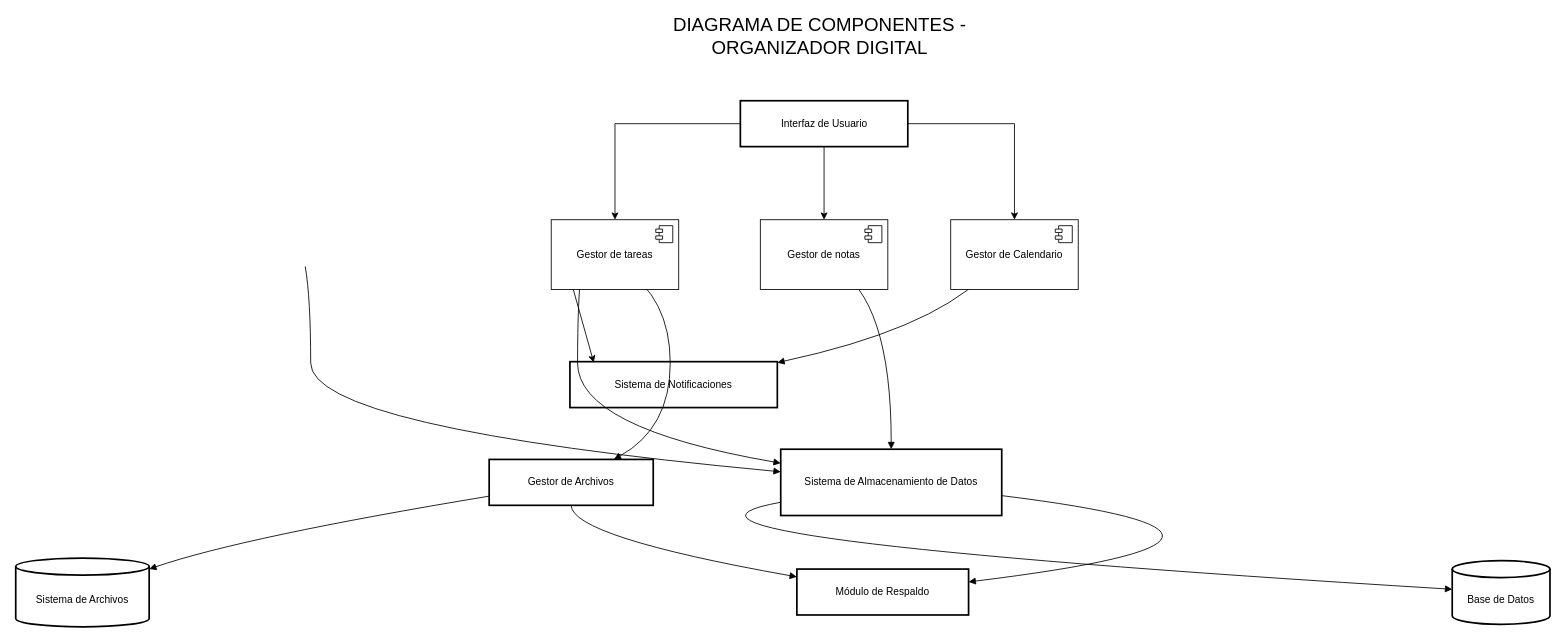
Above: Diagrama sin título.drawio in LuisAlfred1/AppLogin-PracticaHome (draw.io), before the change. Source tidied: cells renumbered, new cells numbered last; positions are measured from the earlier drawing's top-left corner, leaving out a move shared by most shapes. Both pictures are drawn from the tidied source at 85%, with x=0, y=0 at pixel (15, 24).
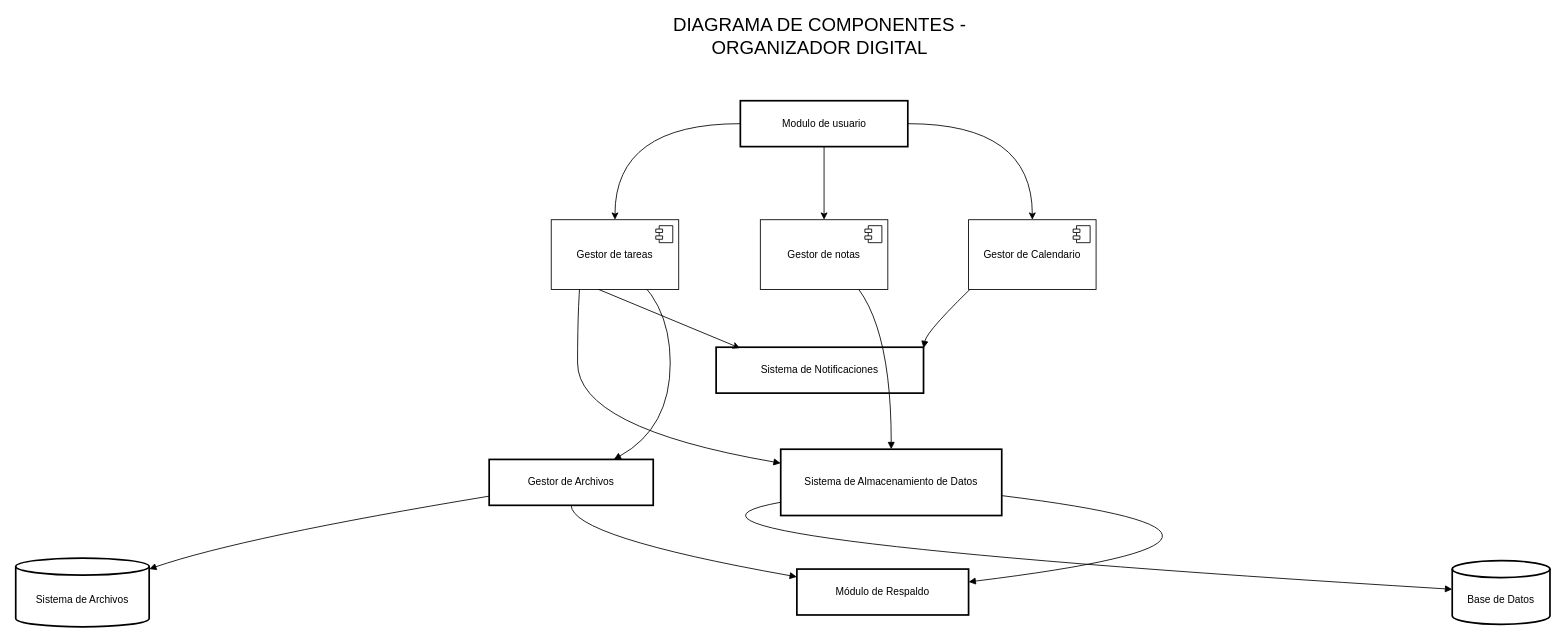
The same page after the edit.

The change refers to these unchanged cells:
```xml
<mxCell id="10" value="Sistema de Almacenamiento de Datos" style="whiteSpace=wrap;strokeWidth=2;" parent="1" vertex="1">
  <mxGeometry x="900" y="500" width="260" height="78" as="geometry" />
</mxCell>
<mxCell id="25" value="Gestor de tareas" style="html=1;whiteSpace=wrap;" parent="1" vertex="1">
  <mxGeometry x="630" y="230" width="150" height="82" as="geometry" />
</mxCell>
```

The edit, as a diff of the source:
```diff
@@
-    <mxCell id="3" style="edgeStyle=orthogonalEdgeStyle;rounded=0;jettySize=auto;html=1;exitX=1;exitY=0.5;exitDx=0;exitDy=0;entryX=0.5;entryY=0;entryDx=0;entryDy=0;" parent="1" edge="1" source="6" target="27">
+    <mxCell id="3" style="edgeStyle=orthogonalEdgeStyle;rounded=0;jettySize=auto;html=1;exitX=1;exitY=0.5;exitDx=0;exitDy=0;entryX=0.5;entryY=0;entryDx=0;entryDy=0;curved=1;" parent="1" edge="1" source="6" target="27">
       <mxGeometry relative="1" as="geometry" />
     </mxCell>
@@
-    <mxCell id="5" style="edgeStyle=orthogonalEdgeStyle;rounded=0;jettySize=auto;html=1;exitX=0;exitY=0.5;exitDx=0;exitDy=0;entryX=0.5;entryY=0;entryDx=0;entryDy=0;" parent="1" edge="1" source="6" target="25">
+    <mxCell id="5" style="edgeStyle=orthogonalEdgeStyle;rounded=0;jettySize=auto;html=1;exitX=0;exitY=0.5;exitDx=0;exitDy=0;entryX=0.5;entryY=0;entryDx=0;entryDy=0;curved=1;" parent="1" edge="1" source="6" target="25">
       <mxGeometry relative="1" as="geometry" />
     </mxCell>
-    <mxCell id="6" value="Interfaz de Usuario" style="whiteSpace=wrap;strokeWidth=2;" parent="1" vertex="1">
+    <mxCell id="6" value="Modulo de usuario" style="whiteSpace=wrap;strokeWidth=2;" parent="1" vertex="1">
       <mxGeometry x="852.5" y="90" width="197" height="54" as="geometry" />
     </mxCell>
     <mxCell id="7" value="Sistema de Notificaciones" style="whiteSpace=wrap;strokeWidth=2;" parent="1" vertex="1">
-      <mxGeometry x="652" y="397" width="244" height="54" as="geometry" />
+      <mxGeometry x="824" y="380" width="244" height="54" as="geometry" />
     </mxCell>
@@
-    <mxCell id="14" style="curved=1;startArrow=none;endArrow=block;exitX=0.52;exitY=1;entryX=0;entryY=0.34;rounded=0;" parent="1" edge="1" target="10">
-      <mxGeometry relative="1" as="geometry">
-        <mxPoint x="340.6" y="285" as="sourcePoint" />
-        <Array as="points">
-          <mxPoint x="347" y="322" />
-          <mxPoint x="347" y="475" />
-        </Array>
-      </mxGeometry>
-    </mxCell>
@@
     <mxCell id="27" value="Gestor de Calendario" style="html=1;whiteSpace=wrap;" parent="1" vertex="1">
-      <mxGeometry x="1100" y="230" width="150" height="82" as="geometry" />
+      <mxGeometry x="1121" y="230" width="150" height="82" as="geometry" />
     </mxCell>
```
